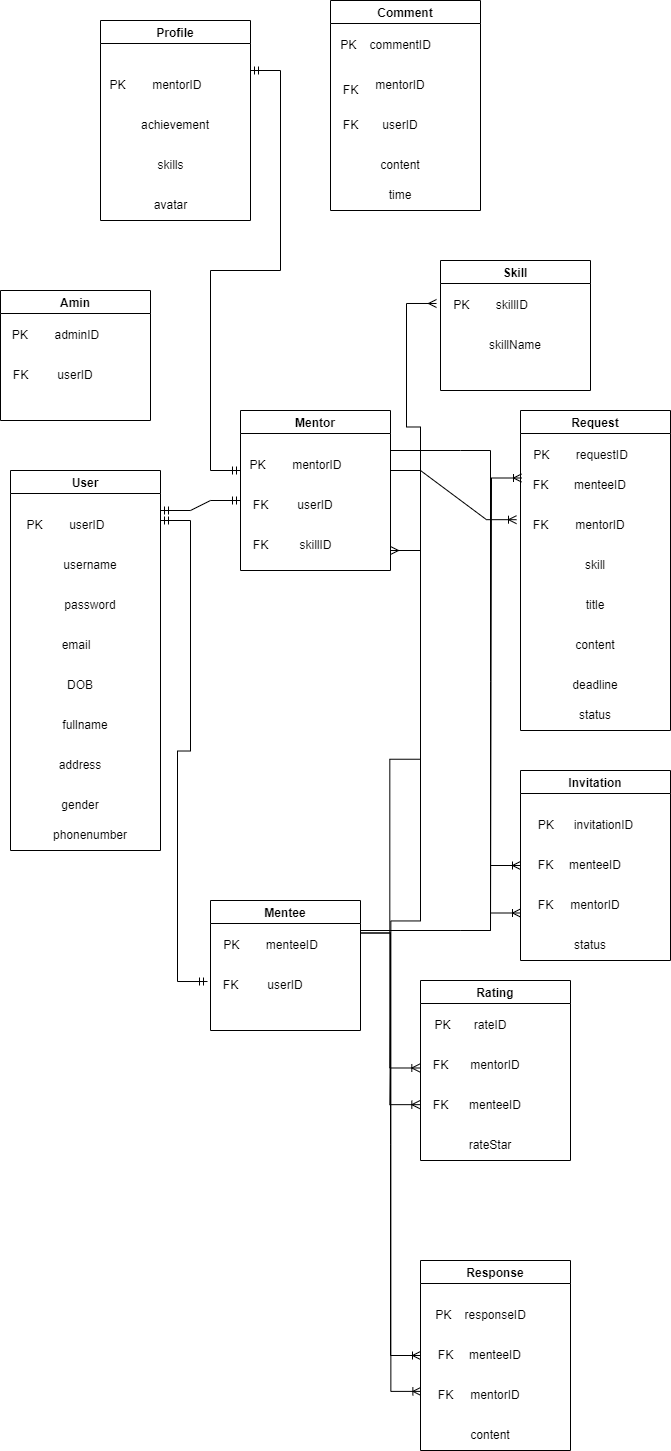
Before: HappyProgramming_DB.drawio.png, a diagram exported from draw.io (dungdt23/SWP391_Document). Source tidied: cells renumbered, new cells last; positions are measured from the earlier drawing's top-left corner, leaving out a move shared by most shapes.
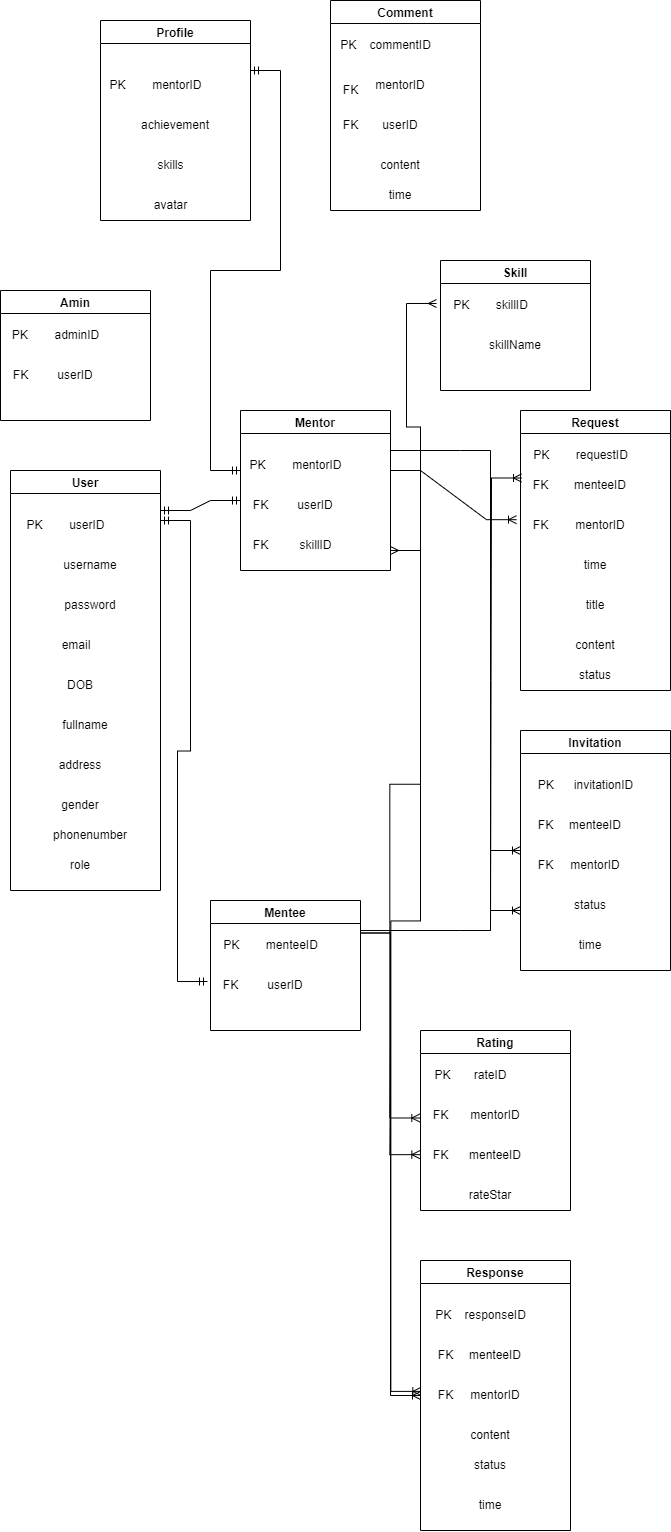
After the change.

What changed in the source:
```diff
@@ -3,7 +3,7 @@
     <mxCell id="0" />
     <mxCell id="1" parent="0" />
     <mxCell id="2" value="User" style="swimlane;" parent="1" vertex="1">
-      <mxGeometry x="10" y="470" width="150" height="380" as="geometry" />
+      <mxGeometry x="10" y="470" width="150" height="420" as="geometry" />
     </mxCell>
     <mxCell id="3" value="PK&amp;nbsp;&amp;nbsp;&amp;nbsp;&amp;nbsp;&amp;nbsp;&amp;nbsp;&amp;nbsp; userID" style="text;html=1;align=center;verticalAlign=middle;strokeColor=none;fillColor=none;" parent="2" vertex="1">
       <mxGeometry x="5" y="40" width="100" height="30" as="geometry" />
@@ -32,6 +32,9 @@
     <mxCell id="11" value="phonenumber" style="text;html=1;strokeColor=none;fillColor=none;align=center;verticalAlign=middle;whiteSpace=wrap;rounded=0;" parent="2" vertex="1">
       <mxGeometry x="50" y="350" width="60" height="30" as="geometry" />
     </mxCell>
+    <mxCell id="88" value="role" style="text;html=1;strokeColor=none;fillColor=none;align=center;verticalAlign=middle;whiteSpace=wrap;rounded=0;" parent="2" vertex="1">
+      <mxGeometry x="40" y="380" width="60" height="30" as="geometry" />
+    </mxCell>
     <mxCell id="12" value="Amin" style="swimlane;" parent="1" vertex="1">
       <mxGeometry y="290" width="150" height="130" as="geometry" />
     </mxCell>
@@ -84,7 +87,7 @@
       <mxGeometry x="45" y="70" width="60" height="30" as="geometry" />
     </mxCell>
     <mxCell id="29" value="Request" style="swimlane;" parent="1" vertex="1">
-      <mxGeometry x="520" y="410" width="150" height="320" as="geometry" />
+      <mxGeometry x="520" y="410" width="150" height="280" as="geometry" />
     </mxCell>
     <mxCell id="30" value="PK&amp;nbsp;&amp;nbsp;&amp;nbsp;&amp;nbsp;&amp;nbsp;&amp;nbsp;&amp;nbsp; requestID" style="text;html=1;align=center;verticalAlign=middle;strokeColor=none;fillColor=none;" parent="29" vertex="1">
       <mxGeometry y="30" width="120" height="30" as="geometry" />
@@ -102,7 +105,7 @@
       <mxGeometry y="100" width="40" height="30" as="geometry" />
     </mxCell>
     <mxCell id="35" value="status" style="text;html=1;strokeColor=none;fillColor=none;align=center;verticalAlign=middle;whiteSpace=wrap;rounded=0;" parent="29" vertex="1">
-      <mxGeometry x="45" y="290" width="60" height="30" as="geometry" />
+      <mxGeometry x="45" y="250" width="60" height="30" as="geometry" />
     </mxCell>
     <mxCell id="36" value="title" style="text;html=1;strokeColor=none;fillColor=none;align=center;verticalAlign=middle;whiteSpace=wrap;rounded=0;" parent="29" vertex="1">
       <mxGeometry x="45" y="180" width="60" height="30" as="geometry" />
@@ -110,14 +113,11 @@
     <mxCell id="37" value="content" style="text;html=1;strokeColor=none;fillColor=none;align=center;verticalAlign=middle;whiteSpace=wrap;rounded=0;" parent="29" vertex="1">
       <mxGeometry x="45" y="220" width="60" height="30" as="geometry" />
     </mxCell>
-    <mxCell id="38" value="deadline" style="text;html=1;strokeColor=none;fillColor=none;align=center;verticalAlign=middle;whiteSpace=wrap;rounded=0;" parent="29" vertex="1">
-      <mxGeometry x="45" y="260" width="60" height="30" as="geometry" />
-    </mxCell>
-    <mxCell id="39" value="skill" style="text;html=1;strokeColor=none;fillColor=none;align=center;verticalAlign=middle;whiteSpace=wrap;rounded=0;" parent="29" vertex="1">
+    <mxCell id="39" value="time" style="text;html=1;strokeColor=none;fillColor=none;align=center;verticalAlign=middle;whiteSpace=wrap;rounded=0;" parent="29" vertex="1">
       <mxGeometry x="45" y="140" width="60" height="30" as="geometry" />
     </mxCell>
     <mxCell id="40" value="Rating" style="swimlane;" parent="1" vertex="1">
-      <mxGeometry x="420" y="980" width="150" height="180" as="geometry" />
+      <mxGeometry x="420" y="1030" width="150" height="180" as="geometry" />
     </mxCell>
     <mxCell id="41" value="PK&amp;nbsp;&amp;nbsp;&amp;nbsp;&amp;nbsp;&amp;nbsp;&amp;nbsp; rateID" style="text;html=1;align=center;verticalAlign=middle;strokeColor=none;fillColor=none;" parent="40" vertex="1">
       <mxGeometry x="5" y="30" width="90" height="30" as="geometry" />
@@ -138,7 +138,7 @@
       <mxGeometry x="40" y="150" width="60" height="30" as="geometry" />
     </mxCell>
     <mxCell id="47" value="Invitation" style="swimlane;" parent="1" vertex="1">
-      <mxGeometry x="520" y="770" width="150" height="190" as="geometry" />
+      <mxGeometry x="520" y="730" width="150" height="240" as="geometry" />
     </mxCell>
     <mxCell id="48" value="PK&amp;nbsp; &amp;nbsp; &amp;nbsp; invitationID" style="text;html=1;align=center;verticalAlign=middle;strokeColor=none;fillColor=none;" parent="47" vertex="1">
       <mxGeometry x="5" y="40" width="120" height="30" as="geometry" />
@@ -158,8 +158,11 @@
     <mxCell id="53" value="status" style="text;html=1;strokeColor=none;fillColor=none;align=center;verticalAlign=middle;whiteSpace=wrap;rounded=0;" parent="47" vertex="1">
       <mxGeometry x="40" y="160" width="60" height="30" as="geometry" />
     </mxCell>
+    <mxCell id="89" value="time" style="text;html=1;strokeColor=none;fillColor=none;align=center;verticalAlign=middle;whiteSpace=wrap;rounded=0;" parent="47" vertex="1">
+      <mxGeometry x="40" y="200" width="60" height="30" as="geometry" />
+    </mxCell>
     <mxCell id="54" value="Response" style="swimlane;" parent="1" vertex="1">
-      <mxGeometry x="420" y="1260" width="150" height="190" as="geometry" />
+      <mxGeometry x="420" y="1260" width="150" height="270" as="geometry" />
     </mxCell>
     <mxCell id="55" value="PK&amp;nbsp; &amp;nbsp; responseID" style="text;html=1;align=center;verticalAlign=middle;strokeColor=none;fillColor=none;" parent="54" vertex="1">
       <mxGeometry x="5" y="40" width="110" height="30" as="geometry" />
@@ -179,6 +182,12 @@
     <mxCell id="60" value="content" style="text;html=1;strokeColor=none;fillColor=none;align=center;verticalAlign=middle;whiteSpace=wrap;rounded=0;" parent="54" vertex="1">
       <mxGeometry x="40" y="160" width="60" height="30" as="geometry" />
     </mxCell>
+    <mxCell id="90" value="status" style="text;html=1;strokeColor=none;fillColor=none;align=center;verticalAlign=middle;whiteSpace=wrap;rounded=0;" parent="54" vertex="1">
+      <mxGeometry x="40" y="190" width="60" height="30" as="geometry" />
+    </mxCell>
+    <mxCell id="91" value="time" style="text;html=1;strokeColor=none;fillColor=none;align=center;verticalAlign=middle;whiteSpace=wrap;rounded=0;" parent="54" vertex="1">
+      <mxGeometry x="40" y="230" width="60" height="30" as="geometry" />
+    </mxCell>
     <mxCell id="61" value="Comment" style="swimlane;" parent="1" vertex="1">
       <mxGeometry x="330" width="150" height="210" as="geometry" />
     </mxCell>
```
